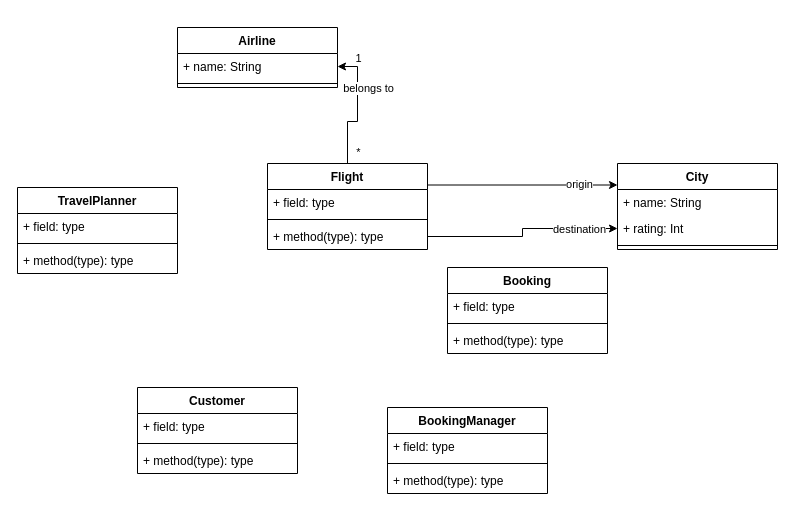
Above: uml/Övningsuppgift 3.drawio in erik-stenbacka-sigma/utvecklingsmetodik-koddesign (draw.io), before the change. Source tidied: cells renumbered, new cells numbered last; positions are measured from the earlier drawing's top-left corner, leaving out a move shared by most shapes. Both pictures are drawn from the tidied source at 100%, with x=0, y=0 at pixel (17, 27).
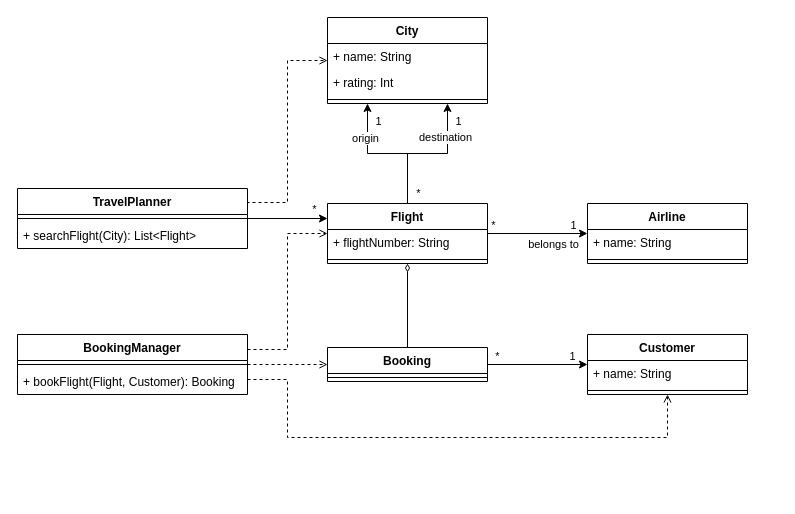
The same page after the edit.

Unchanged cells that the change refers to:
```xml
<mxCell id="4" value="+ rating: Int" style="text;strokeColor=none;fillColor=none;align=left;verticalAlign=top;spacingLeft=4;spacingRight=4;overflow=hidden;points=[[0,0.5],[1,0.5]];portConstraint=eastwest;" parent="2" vertex="1">
  <mxGeometry y="52" width="160" height="26" as="geometry" />
</mxCell>
<mxCell id="35" value="+ name: String" style="text;strokeColor=none;fillColor=none;align=left;verticalAlign=top;spacingLeft=4;spacingRight=4;overflow=hidden;points=[[0,0.5],[1,0.5]];portConstraint=eastwest;" parent="34" vertex="1">
  <mxGeometry y="26" width="160" height="26" as="geometry" />
</mxCell>
```

The edit, as a diff of the source:
```diff
@@
     <mxCell id="2" value="City" style="swimlane;fontStyle=1;align=center;verticalAlign=top;horizontal=1;startSize=26;" parent="1" vertex="1">
-      <mxGeometry x="600" y="136" width="160" height="86" as="geometry" />
+      <mxGeometry x="310" y="-10" width="160" height="86" as="geometry" />
     </mxCell>
@@
-    <mxCell id="6" style="edgeStyle=orthogonalEdgeStyle;rounded=0;jettySize=auto;html=1;exitX=1;exitY=0.25;exitDx=0;exitDy=0;endArrow=classic;endFill=1;entryX=0;entryY=0.25;entryDx=0;entryDy=0;" parent="1" edge="1" source="12" target="2">
+    <mxCell id="6" style="edgeStyle=orthogonalEdgeStyle;rounded=0;jettySize=auto;html=1;endArrow=classic;endFill=1;entryX=0.25;entryY=1;entryDx=0;entryDy=0;" parent="1" edge="1" source="12" target="2">
       <mxGeometry relative="1" as="geometry" />
     </mxCell>
     <mxCell id="7" value="origin" style="edgeLabel;html=1;align=center;verticalAlign=middle;" parent="6" vertex="1">
       <mxGeometry x="0.72" y="1" relative="1" as="geometry">
-        <mxPoint x="-11.4" as="offset" />
+        <mxPoint x="-1.4" y="14" as="offset" />
       </mxGeometry>
     </mxCell>
+    <mxCell id="37" value="1" style="edgeLabel;html=1;align=center;verticalAlign=middle;" parent="6" vertex="1">
+      <mxGeometry x="0.75" relative="1" as="geometry">
+        <mxPoint x="10" as="offset" />
+      </mxGeometry>
+    </mxCell>
-    <mxCell id="8" style="edgeStyle=orthogonalEdgeStyle;rounded=0;jettySize=auto;html=1;exitX=0.5;exitY=0;exitDx=0;exitDy=0;entryX=1;entryY=0.5;entryDx=0;entryDy=0;endArrow=classic;endFill=1;" parent="1" edge="1" source="12" target="35">
+    <mxCell id="8" style="edgeStyle=orthogonalEdgeStyle;rounded=0;jettySize=auto;html=1;endArrow=classic;endFill=1;" parent="1" edge="1" source="12" target="34">
       <mxGeometry relative="1" as="geometry" />
     </mxCell>
     <mxCell id="9" value="*" style="edgeLabel;html=1;align=center;verticalAlign=middle;" parent="8" vertex="1">
       <mxGeometry x="-0.81" y="-1" relative="1" as="geometry">
-        <mxPoint x="9" as="offset" />
+        <mxPoint x="-3.7" y="-10" as="offset" />
       </mxGeometry>
     </mxCell>
@@
     <mxCell id="11" value="belongs to" style="edgeLabel;html=1;align=center;verticalAlign=middle;" parent="8" vertex="1">
       <mxGeometry x="0.09" y="-1" relative="1" as="geometry">
-        <mxPoint x="9" y="-17" as="offset" />
+        <mxPoint x="10" y="9" as="offset" />
       </mxGeometry>
     </mxCell>
     <mxCell id="12" value="Flight" style="swimlane;fontStyle=1;align=center;verticalAlign=top;horizontal=1;startSize=26;" parent="1" vertex="1">
-      <mxGeometry x="250" y="136" width="160" height="86" as="geometry" />
+      <mxGeometry x="310" y="176" width="160" height="60" as="geometry" />
     </mxCell>
-    <mxCell id="13" value="+ field: type" style="text;strokeColor=none;fillColor=none;align=left;verticalAlign=top;spacingLeft=4;spacingRight=4;overflow=hidden;" parent="12" vertex="1">
+    <mxCell id="13" value="+ flightNumber: String" style="text;strokeColor=none;fillColor=none;align=left;verticalAlign=top;spacingLeft=4;spacingRight=4;overflow=hidden;" parent="12" vertex="1">
       <mxGeometry y="26" width="160" height="26" as="geometry" />
     </mxCell>
@@
-    <mxCell id="15" value="+ method(type): type" style="text;strokeColor=none;fillColor=none;align=left;verticalAlign=top;spacingLeft=4;spacingRight=4;overflow=hidden;points=[[0,0.5],[1,0.5]];portConstraint=eastwest;" parent="12" vertex="1">
-      <mxGeometry y="60" width="160" height="26" as="geometry" />
-    </mxCell>
+    <mxCell id="38" style="edgeStyle=orthogonalEdgeStyle;rounded=0;jettySize=auto;html=1;exitX=0.5;exitY=0;exitDx=0;exitDy=0;endArrow=diamondThin;endFill=0;" parent="1" edge="1" source="16" target="12">
+      <mxGeometry relative="1" as="geometry" />
+    </mxCell>
+    <mxCell id="39" style="edgeStyle=orthogonalEdgeStyle;rounded=0;jettySize=auto;html=1;exitX=1;exitY=0.5;exitDx=0;exitDy=0;endArrow=classic;endFill=1;" parent="1" edge="1" source="16" target="28">
+      <mxGeometry relative="1" as="geometry" />
+    </mxCell>
+    <mxCell id="40" value="*" style="edgeLabel;html=1;align=center;verticalAlign=middle;" parent="39" vertex="1">
+      <mxGeometry x="-0.83" y="1" relative="1" as="geometry">
+        <mxPoint y="-8" as="offset" />
+      </mxGeometry>
+    </mxCell>
+    <mxCell id="41" value="1" style="edgeLabel;html=1;align=center;verticalAlign=middle;" parent="39" vertex="1">
+      <mxGeometry x="0.68" y="2" relative="1" as="geometry">
+        <mxPoint y="-7" as="offset" />
+      </mxGeometry>
+    </mxCell>
     <mxCell id="16" value="Booking" style="swimlane;fontStyle=1;align=center;verticalAlign=top;horizontal=1;startSize=26;" parent="1" vertex="1">
-      <mxGeometry x="430" y="240" width="160" height="86" as="geometry" />
+      <mxGeometry x="310" y="320" width="160" height="34" as="geometry" />
     </mxCell>
-    <mxCell id="17" value="+ field: type" style="text;strokeColor=none;fillColor=none;align=left;verticalAlign=top;spacingLeft=4;spacingRight=4;overflow=hidden;" parent="16" vertex="1">
-      <mxGeometry y="26" width="160" height="26" as="geometry" />
-    </mxCell>
     <mxCell id="18" style="line;strokeWidth=1;fillColor=none;align=left;verticalAlign=middle;spacingTop=-1;spacingLeft=3;spacingRight=3;labelPosition=right;" parent="16" vertex="1">
-      <mxGeometry y="52" width="160" height="8" as="geometry" />
+      <mxGeometry y="26" width="160" height="8" as="geometry" />
     </mxCell>
-    <mxCell id="19" value="+ method(type): type" style="text;strokeColor=none;fillColor=none;align=left;verticalAlign=top;spacingLeft=4;spacingRight=4;overflow=hidden;" parent="16" vertex="1">
-      <mxGeometry y="60" width="160" height="26" as="geometry" />
-    </mxCell>
+    <mxCell id="42" style="edgeStyle=orthogonalEdgeStyle;rounded=0;jettySize=auto;html=1;exitX=1;exitY=0.25;exitDx=0;exitDy=0;endArrow=open;endFill=0;dashed=1;" parent="1" edge="1" source="20" target="12">
+      <mxGeometry relative="1" as="geometry">
+        <Array as="points">
+          <mxPoint x="270" y="322" />
+          <mxPoint x="270" y="206" />
+        </Array>
+      </mxGeometry>
+    </mxCell>
+    <mxCell id="43" style="edgeStyle=orthogonalEdgeStyle;rounded=0;jettySize=auto;html=1;exitX=1;exitY=0.5;exitDx=0;exitDy=0;entryX=0;entryY=0.5;entryDx=0;entryDy=0;dashed=1;endArrow=open;endFill=0;" parent="1" edge="1" source="20" target="16">
+      <mxGeometry relative="1" as="geometry" />
+    </mxCell>
+    <mxCell id="44" style="edgeStyle=orthogonalEdgeStyle;rounded=0;jettySize=auto;html=1;exitX=1;exitY=0.75;exitDx=0;exitDy=0;dashed=1;endArrow=open;endFill=0;" parent="1" edge="1" source="20" target="28">
+      <mxGeometry relative="1" as="geometry">
+        <Array as="points">
+          <mxPoint x="270" y="352" />
+          <mxPoint x="270" y="410" />
+          <mxPoint x="650" y="410" />
+        </Array>
+      </mxGeometry>
+    </mxCell>
     <mxCell id="20" value="BookingManager" style="swimlane;fontStyle=1;align=center;verticalAlign=top;horizontal=1;startSize=26;" parent="1" vertex="1">
-      <mxGeometry x="370" y="380" width="160" height="86" as="geometry" />
+      <mxGeometry y="307" width="230" height="60" as="geometry" />
     </mxCell>
-    <mxCell id="21" value="+ field: type" style="text;strokeColor=none;fillColor=none;align=left;verticalAlign=top;spacingLeft=4;spacingRight=4;overflow=hidden;" parent="20" vertex="1">
-      <mxGeometry y="26" width="160" height="26" as="geometry" />
-    </mxCell>
     <mxCell id="22" style="line;strokeWidth=1;fillColor=none;align=left;verticalAlign=middle;spacingTop=-1;spacingLeft=3;spacingRight=3;labelPosition=right;" parent="20" vertex="1">
-      <mxGeometry y="52" width="160" height="8" as="geometry" />
+      <mxGeometry y="26" width="230" height="8" as="geometry" />
     </mxCell>
-    <mxCell id="23" value="+ method(type): type" style="text;strokeColor=none;fillColor=none;align=left;verticalAlign=top;spacingLeft=4;spacingRight=4;overflow=hidden;" parent="20" vertex="1">
-      <mxGeometry y="60" width="160" height="26" as="geometry" />
+    <mxCell id="23" value="+ bookFlight(Flight, Customer): Booking" style="text;strokeColor=none;fillColor=none;align=left;verticalAlign=top;spacingLeft=4;spacingRight=4;overflow=hidden;" parent="20" vertex="1">
+      <mxGeometry y="34" width="230" height="26" as="geometry" />
     </mxCell>
+    <mxCell id="45" style="edgeStyle=orthogonalEdgeStyle;rounded=0;jettySize=auto;html=1;exitX=1;exitY=0.25;exitDx=0;exitDy=0;dashed=1;endArrow=open;endFill=0;" parent="1" edge="1" source="24" target="2">
+      <mxGeometry relative="1" as="geometry">
+        <Array as="points">
+          <mxPoint x="270" y="175" />
+          <mxPoint x="270" y="33" />
+        </Array>
+      </mxGeometry>
+    </mxCell>
+    <mxCell id="46" style="edgeStyle=orthogonalEdgeStyle;rounded=0;jettySize=auto;html=1;exitX=1;exitY=0.5;exitDx=0;exitDy=0;entryX=0;entryY=0.25;entryDx=0;entryDy=0;endArrow=classic;endFill=1;" parent="1" edge="1" source="24" target="12">
+      <mxGeometry relative="1" as="geometry" />
+    </mxCell>
+    <mxCell id="47" value="*" style="edgeLabel;html=1;align=center;verticalAlign=middle;" parent="46" vertex="1">
+      <mxGeometry x="0.65" y="1" relative="1" as="geometry">
+        <mxPoint y="-9" as="offset" />
+      </mxGeometry>
+    </mxCell>
     <mxCell id="24" value="TravelPlanner" style="swimlane;fontStyle=1;align=center;verticalAlign=top;horizontal=1;startSize=26;" parent="1" vertex="1">
-      <mxGeometry y="160" width="160" height="86" as="geometry" />
+      <mxGeometry y="161" width="230" height="60" as="geometry" />
     </mxCell>
-    <mxCell id="25" value="+ field: type" style="text;strokeColor=none;fillColor=none;align=left;verticalAlign=top;spacingLeft=4;spacingRight=4;overflow=hidden;" parent="24" vertex="1">
-      <mxGeometry y="26" width="160" height="26" as="geometry" />
-    </mxCell>
     <mxCell id="26" style="line;strokeWidth=1;fillColor=none;align=left;verticalAlign=middle;spacingTop=-1;spacingLeft=3;spacingRight=3;labelPosition=right;" parent="24" vertex="1">
-      <mxGeometry y="52" width="160" height="8" as="geometry" />
+      <mxGeometry y="26" width="230" height="8" as="geometry" />
     </mxCell>
-    <mxCell id="27" value="+ method(type): type" style="text;strokeColor=none;fillColor=none;align=left;verticalAlign=top;spacingLeft=4;spacingRight=4;overflow=hidden;" parent="24" vertex="1">
-      <mxGeometry y="60" width="160" height="26" as="geometry" />
+    <mxCell id="27" value="+ searchFlight(City): List&lt;Flight&gt;" style="text;strokeColor=none;fillColor=none;align=left;verticalAlign=top;spacingLeft=4;spacingRight=4;overflow=hidden;" parent="24" vertex="1">
+      <mxGeometry y="34" width="230" height="26" as="geometry" />
     </mxCell>
     <mxCell id="28" value="Customer" style="swimlane;fontStyle=1;align=center;verticalAlign=top;horizontal=1;startSize=26;" parent="1" vertex="1">
-      <mxGeometry x="120" y="360" width="160" height="86" as="geometry" />
+      <mxGeometry x="570" y="307" width="160" height="60" as="geometry" />
     </mxCell>
-    <mxCell id="29" value="+ field: type" style="text;strokeColor=none;fillColor=none;align=left;verticalAlign=top;spacingLeft=4;spacingRight=4;overflow=hidden;" parent="28" vertex="1">
+    <mxCell id="29" value="+ name: String" style="text;strokeColor=none;fillColor=none;align=left;verticalAlign=top;spacingLeft=4;spacingRight=4;overflow=hidden;" parent="28" vertex="1">
       <mxGeometry y="26" width="160" height="26" as="geometry" />
     </mxCell>
@@
-    <mxCell id="31" value="+ method(type): type" style="text;strokeColor=none;fillColor=none;align=left;verticalAlign=top;spacingLeft=4;spacingRight=4;overflow=hidden;" parent="28" vertex="1">
-      <mxGeometry y="60" width="160" height="26" as="geometry" />
-    </mxCell>
-    <mxCell id="32" style="edgeStyle=orthogonalEdgeStyle;rounded=0;jettySize=auto;html=1;exitX=1;exitY=0.5;exitDx=0;exitDy=0;entryX=0;entryY=0.5;entryDx=0;entryDy=0;endArrow=classic;endFill=1;" parent="1" edge="1" source="15" target="4">
+    <mxCell id="32" style="edgeStyle=orthogonalEdgeStyle;rounded=0;jettySize=auto;html=1;entryX=0.75;entryY=1;entryDx=0;entryDy=0;endArrow=classic;endFill=1;" parent="1" edge="1" source="12" target="2">
       <mxGeometry relative="1" as="geometry" />
     </mxCell>
     <mxCell id="33" value="destination" style="edgeLabel;html=1;align=center;verticalAlign=middle;" parent="32" vertex="1">
       <mxGeometry x="0.65" relative="1" as="geometry">
-        <mxPoint x="-3.4" as="offset" />
+        <mxPoint x="-2.4" y="9.4" as="offset" />
       </mxGeometry>
     </mxCell>
+    <mxCell id="48" value="1" style="edgeLabel;html=1;align=center;verticalAlign=middle;" parent="32" vertex="1">
+      <mxGeometry x="0.75" y="-1" relative="1" as="geometry">
+        <mxPoint x="9" as="offset" />
+      </mxGeometry>
+    </mxCell>
+    <mxCell id="49" value="*" style="edgeLabel;html=1;align=center;verticalAlign=middle;" parent="32" vertex="1">
+      <mxGeometry x="-0.85" y="1" relative="1" as="geometry">
+        <mxPoint x="11" as="offset" />
+      </mxGeometry>
+    </mxCell>
     <mxCell id="34" value="Airline" style="swimlane;fontStyle=1;align=center;verticalAlign=top;horizontal=1;startSize=26;" parent="1" vertex="1">
-      <mxGeometry x="160" width="160" height="60" as="geometry" />
+      <mxGeometry x="570" y="176" width="160" height="60" as="geometry" />
     </mxCell>
```
